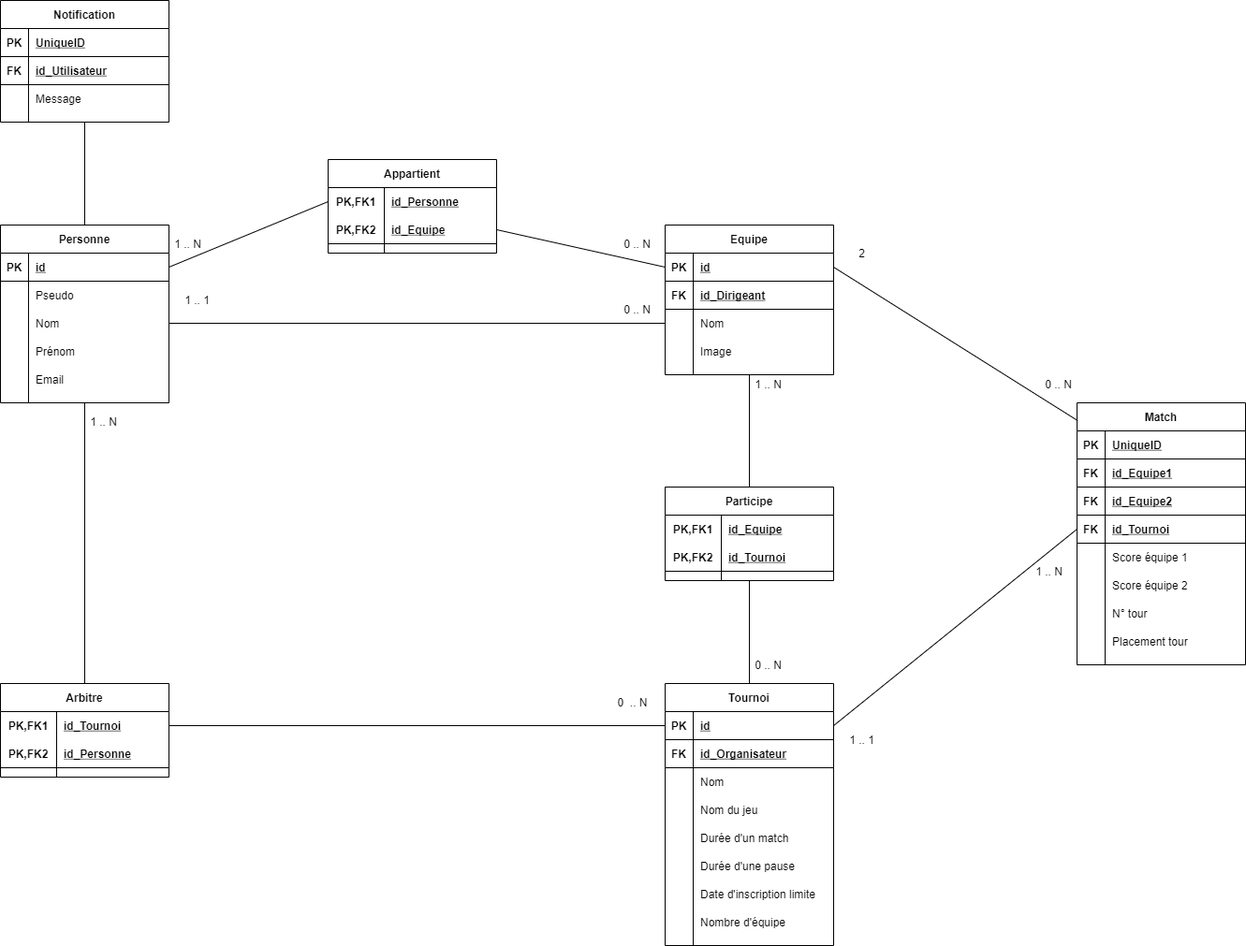
This is Documentation/Schéma Relationel v2.png from HE-Arc/Wolves-Tournament-Master, a draw.io export, as it was before one commit. Source tidied: cells renumbered, new cells last; positions are measured from the earlier drawing's top-left corner, leaving out a move shared by most shapes.
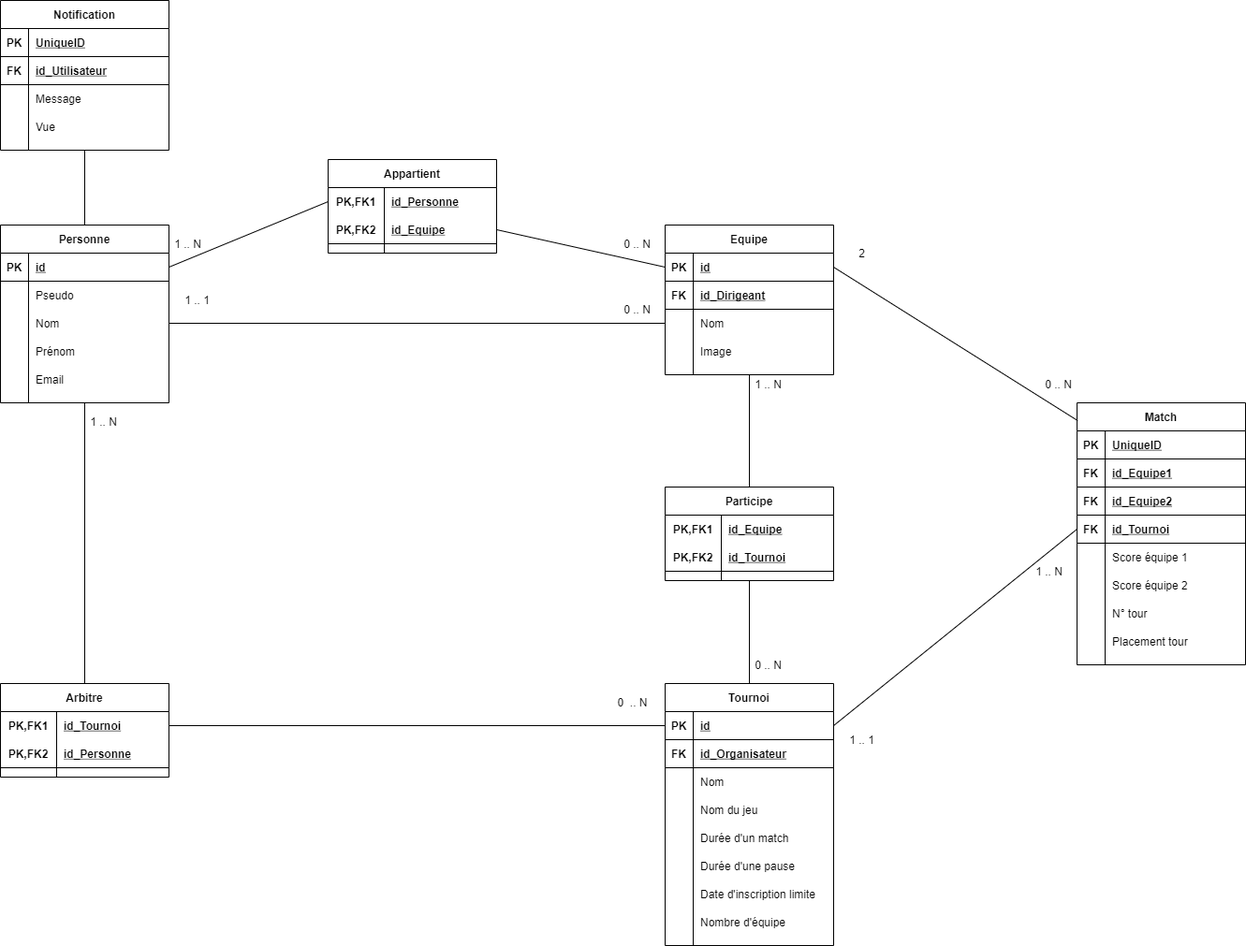
The same diagram one commit later.

Diff of the diagram source:
```diff
@@ -366,7 +366,7 @@
       <mxGeometry x="180" y="250" width="40" height="20" as="geometry" />
     </mxCell>
     <mxCell id="123" value="Notification" style="shape=table;startSize=30;rowLines=0;fontStyle=1;align=center;" parent="1" vertex="1">
-      <mxGeometry width="180" height="130" as="geometry" />
+      <mxGeometry width="180" height="160" as="geometry" />
     </mxCell>
     <mxCell id="124" style="shape=partialRectangle;fillColor=none;top=0;left=0;bottom=1;right=0;" parent="123" vertex="1">
       <mxGeometry y="30" width="180" height="30" as="geometry" />
@@ -395,6 +395,15 @@
     <mxCell id="132" value="Message" style="shape=partialRectangle;fillColor=none;top=0;left=0;bottom=0;right=0;align=left;spacingLeft=6;overflow=hidden;" parent="130" vertex="1">
       <mxGeometry x="30" width="150" height="30" as="geometry" />
     </mxCell>
+    <mxCell id="134" style="shape=partialRectangle;fillColor=none;top=0;left=0;bottom=0;right=0;" parent="123" vertex="1">
+      <mxGeometry y="120" width="180" height="30" as="geometry" />
+    </mxCell>
+    <mxCell id="135" style="shape=partialRectangle;fillColor=none;top=0;left=0;bottom=0;right=0;overflow=hidden;" parent="134" vertex="1">
+      <mxGeometry width="30" height="30" as="geometry" />
+    </mxCell>
+    <mxCell id="136" value="Vue" style="shape=partialRectangle;fillColor=none;top=0;left=0;bottom=0;right=0;align=left;spacingLeft=6;overflow=hidden;" parent="134" vertex="1">
+      <mxGeometry x="30" width="150" height="30" as="geometry" />
+    </mxCell>
     <mxCell id="133" style="endArrow=none;html=1;exitX=0.5;exitY=0;exitDx=0;exitDy=0;entryX=0.5;entryY=1;entryDx=0;entryDy=0;" parent="1" edge="1" source="2" target="123">
       <mxGeometry relative="1" as="geometry" />
     </mxCell>
```
